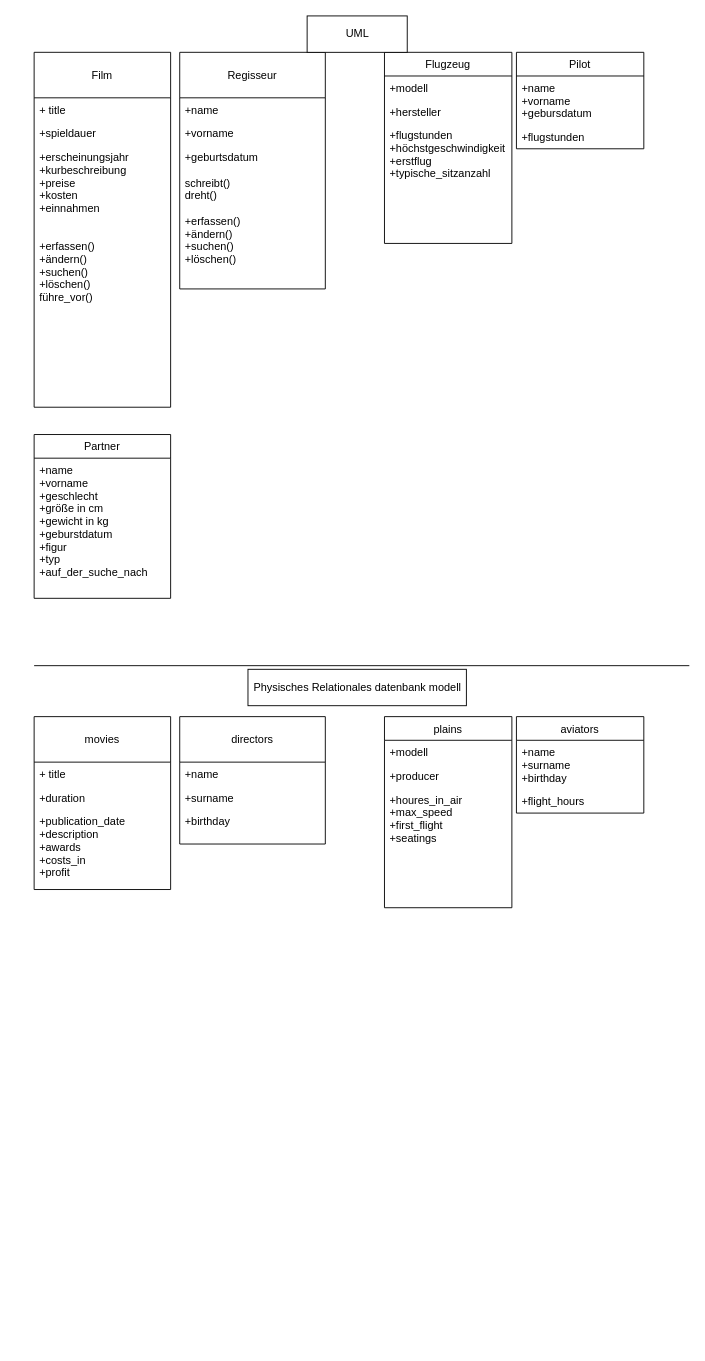
Earlier version of the draw.io diagram Filmverleih.drawio (CarlBerthold/PHP--MYSQL). Source tidied: cells renumbered, new cells numbered last; positions are measured from the earlier drawing's top-left corner, leaving out a move shared by most shapes. Both pictures are drawn from the tidied source at 91%, with x=0, y=0 at pixel (34, 15).
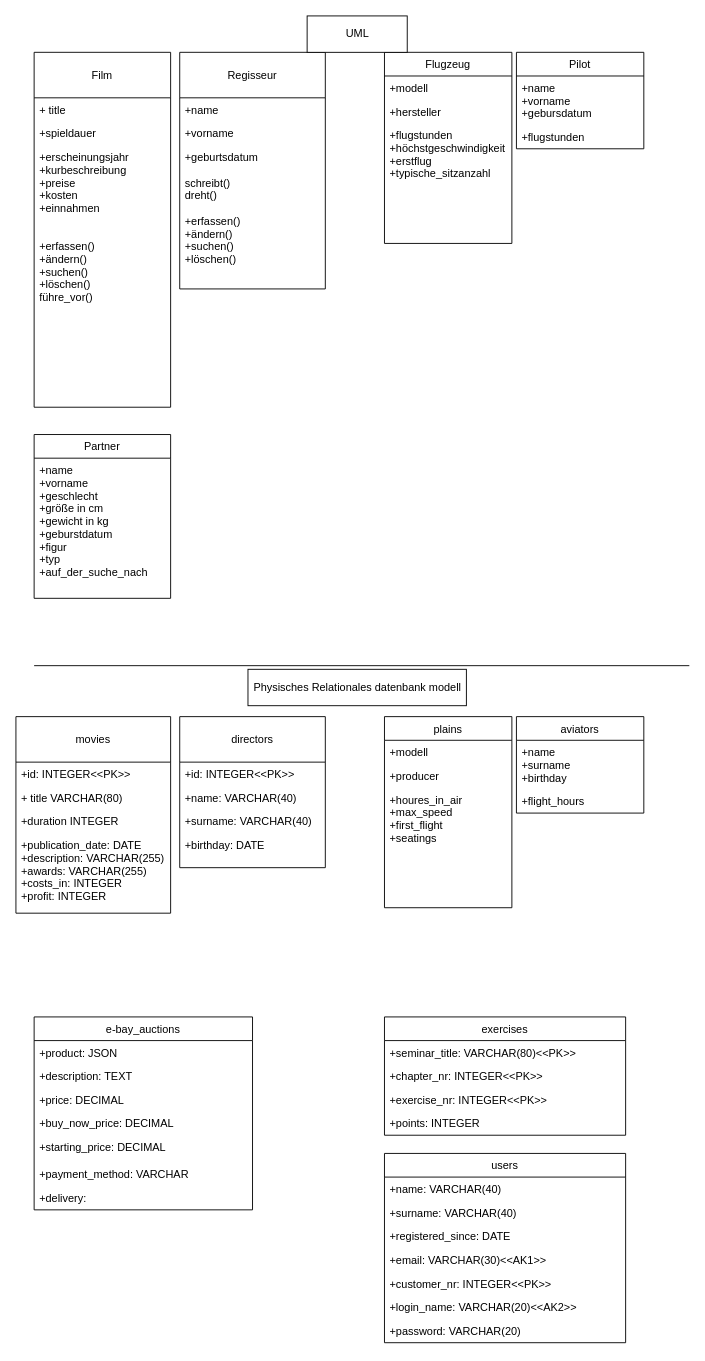
After the change.

Diff of the diagram source:
```diff
@@
     <mxCell id="19" value="directors" style="swimlane;fontStyle=0;horizontal=1;startSize=50;fillColor=none;" parent="1" vertex="1">
-      <mxGeometry x="160" y="770" width="160" height="140" as="geometry" />
+      <mxGeometry x="160" y="770" width="160" height="166" as="geometry" />
     </mxCell>
+    <mxCell id="37" value="+id: INTEGER&lt;&lt;PK&gt;&gt;" style="text;strokeColor=none;fillColor=none;align=left;verticalAlign=top;spacingLeft=4;spacingRight=4;overflow=hidden;" parent="19" vertex="1">
+      <mxGeometry y="50" width="160" height="26" as="geometry" />
+    </mxCell>
-    <mxCell id="20" value="+name" style="text;strokeColor=none;fillColor=none;align=left;verticalAlign=top;spacingLeft=4;spacingRight=4;overflow=hidden;" parent="19" vertex="1">
-      <mxGeometry y="50" width="160" height="26" as="geometry" />
+    <mxCell id="20" value="+name: VARCHAR(40)" style="text;strokeColor=none;fillColor=none;align=left;verticalAlign=top;spacingLeft=4;spacingRight=4;overflow=hidden;" parent="19" vertex="1">
+      <mxGeometry y="76" width="160" height="26" as="geometry" />
     </mxCell>
-    <mxCell id="21" value="+surname" style="text;strokeColor=none;fillColor=none;align=left;verticalAlign=top;spacingLeft=4;spacingRight=4;overflow=hidden;" parent="19" vertex="1">
-      <mxGeometry y="76" width="160" height="26" as="geometry" />
+    <mxCell id="21" value="+surname: VARCHAR(40)" style="text;strokeColor=none;fillColor=none;align=left;verticalAlign=top;spacingLeft=4;spacingRight=4;overflow=hidden;" parent="19" vertex="1">
+      <mxGeometry y="102" width="160" height="26" as="geometry" />
     </mxCell>
-    <mxCell id="22" value="+birthday" style="text;strokeColor=none;fillColor=none;align=left;verticalAlign=top;spacingLeft=4;spacingRight=4;overflow=hidden;" parent="19" vertex="1">
-      <mxGeometry y="102" width="160" height="38" as="geometry" />
+    <mxCell id="22" value="+birthday: DATE" style="text;strokeColor=none;fillColor=none;align=left;verticalAlign=top;spacingLeft=4;spacingRight=4;overflow=hidden;" parent="19" vertex="1">
+      <mxGeometry y="128" width="160" height="38" as="geometry" />
     </mxCell>
     <mxCell id="23" value="movies" style="swimlane;fontStyle=0;horizontal=1;startSize=50;fillColor=none;" parent="1" vertex="1">
-      <mxGeometry y="770" width="150" height="190" as="geometry" />
+      <mxGeometry x="-20" y="770" width="170" height="216" as="geometry" />
     </mxCell>
+    <mxCell id="38" value="+id: INTEGER&lt;&lt;PK&gt;&gt;" style="text;strokeColor=none;fillColor=none;align=left;verticalAlign=top;spacingLeft=4;spacingRight=4;overflow=hidden;" parent="23" vertex="1">
+      <mxGeometry y="50" width="170" height="26" as="geometry" />
+    </mxCell>
-    <mxCell id="24" value="+ title" style="text;strokeColor=none;fillColor=none;align=left;verticalAlign=top;spacingLeft=4;spacingRight=4;overflow=hidden;" parent="23" vertex="1">
-      <mxGeometry y="50" width="150" height="26" as="geometry" />
+    <mxCell id="24" value="+ title VARCHAR(80)" style="text;strokeColor=none;fillColor=none;align=left;verticalAlign=top;spacingLeft=4;spacingRight=4;overflow=hidden;" parent="23" vertex="1">
+      <mxGeometry y="76" width="170" height="26" as="geometry" />
     </mxCell>
-    <mxCell id="25" value="+duration" style="text;strokeColor=none;fillColor=none;align=left;verticalAlign=top;spacingLeft=4;spacingRight=4;overflow=hidden;" parent="23" vertex="1">
-      <mxGeometry y="76" width="150" height="26" as="geometry" />
+    <mxCell id="25" value="+duration INTEGER" style="text;strokeColor=none;fillColor=none;align=left;verticalAlign=top;spacingLeft=4;spacingRight=4;overflow=hidden;" parent="23" vertex="1">
+      <mxGeometry y="102" width="170" height="26" as="geometry" />
     </mxCell>
-    <mxCell id="26" value="+publication_date&#10;+description&#10;+awards&#10;+costs_in&#10;+profit" style="text;strokeColor=none;fillColor=none;align=left;verticalAlign=top;spacingLeft=4;spacingRight=4;overflow=hidden;" parent="23" vertex="1">
-      <mxGeometry y="102" width="150" height="88" as="geometry" />
+    <mxCell id="26" value="+publication_date: DATE&#10;+description: VARCHAR(255)&#10;+awards: VARCHAR(255)&#10;+costs_in: INTEGER&#10;+profit: INTEGER" style="text;strokeColor=none;fillColor=none;align=left;verticalAlign=top;spacingLeft=4;spacingRight=4;overflow=hidden;" parent="23" vertex="1">
+      <mxGeometry y="128" width="170" height="88" as="geometry" />
     </mxCell>
@@
+    <mxCell id="39" value="e-bay_auctions" style="swimlane;fontStyle=0;horizontal=1;startSize=26;fillColor=none;" parent="1" vertex="1">
+      <mxGeometry y="1100" width="240" height="212" as="geometry" />
+    </mxCell>
+    <mxCell id="40" value="+product: JSON" style="text;strokeColor=none;fillColor=none;align=left;verticalAlign=top;spacingLeft=4;spacingRight=4;overflow=hidden;" parent="39" vertex="1">
+      <mxGeometry y="26" width="240" height="26" as="geometry" />
+    </mxCell>
+    <mxCell id="41" value="+description: TEXT" style="text;strokeColor=none;fillColor=none;align=left;verticalAlign=top;spacingLeft=4;spacingRight=4;overflow=hidden;" parent="39" vertex="1">
+      <mxGeometry y="52" width="240" height="26" as="geometry" />
+    </mxCell>
+    <mxCell id="42" value="+price: DECIMAL" style="text;strokeColor=none;fillColor=none;align=left;verticalAlign=top;spacingLeft=4;spacingRight=4;overflow=hidden;" parent="39" vertex="1">
+      <mxGeometry y="78" width="240" height="26" as="geometry" />
+    </mxCell>
+    <mxCell id="43" value="+buy_now_price: DECIMAL" style="text;strokeColor=none;fillColor=none;align=left;verticalAlign=top;spacingLeft=4;spacingRight=4;overflow=hidden;" parent="39" vertex="1">
+      <mxGeometry y="104" width="240" height="26" as="geometry" />
+    </mxCell>
+    <mxCell id="44" value="+starting_price: DECIMAL" style="text;strokeColor=none;fillColor=none;align=left;verticalAlign=top;spacingLeft=4;spacingRight=4;overflow=hidden;" parent="39" vertex="1">
+      <mxGeometry y="130" width="240" height="30" as="geometry" />
+    </mxCell>
+    <mxCell id="45" value="+payment_method: VARCHAR" style="text;strokeColor=none;fillColor=none;align=left;verticalAlign=top;spacingLeft=4;spacingRight=4;overflow=hidden;" parent="39" vertex="1">
+      <mxGeometry y="160" width="240" height="26" as="geometry" />
+    </mxCell>
+    <mxCell id="46" value="+delivery: " style="text;strokeColor=none;fillColor=none;align=left;verticalAlign=top;spacingLeft=4;spacingRight=4;overflow=hidden;" parent="39" vertex="1">
+      <mxGeometry y="186" width="240" height="26" as="geometry" />
+    </mxCell>
+    <mxCell id="47" value="exercises" style="swimlane;fontStyle=0;horizontal=1;startSize=26;fillColor=none;" parent="1" vertex="1">
+      <mxGeometry x="385" y="1100" width="265" height="130" as="geometry" />
+    </mxCell>
+    <mxCell id="48" value="+seminar_title: VARCHAR(80)&lt;&lt;PK&gt;&gt;" style="text;strokeColor=none;fillColor=none;align=left;verticalAlign=top;spacingLeft=4;spacingRight=4;overflow=hidden;" parent="47" vertex="1">
+      <mxGeometry y="26" width="265" height="26" as="geometry" />
+    </mxCell>
+    <mxCell id="49" value="+chapter_nr: INTEGER&lt;&lt;PK&gt;&gt; &#10;" style="text;strokeColor=none;fillColor=none;align=left;verticalAlign=top;spacingLeft=4;spacingRight=4;overflow=hidden;" parent="47" vertex="1">
+      <mxGeometry y="52" width="265" height="26" as="geometry" />
+    </mxCell>
+    <mxCell id="50" value="+exercise_nr: INTEGER&lt;&lt;PK&gt;&gt;" style="text;strokeColor=none;fillColor=none;align=left;verticalAlign=top;spacingLeft=4;spacingRight=4;overflow=hidden;" parent="47" vertex="1">
+      <mxGeometry y="78" width="265" height="26" as="geometry" />
+    </mxCell>
+    <mxCell id="51" value="+points: INTEGER" style="text;strokeColor=none;fillColor=none;align=left;verticalAlign=top;spacingLeft=4;spacingRight=4;overflow=hidden;" parent="47" vertex="1">
+      <mxGeometry y="104" width="265" height="26" as="geometry" />
+    </mxCell>
+    <mxCell id="52" value="users" style="swimlane;fontStyle=0;horizontal=1;startSize=26;fillColor=none;" parent="1" vertex="1">
+      <mxGeometry x="385" y="1250" width="265" height="208" as="geometry" />
+    </mxCell>
+    <mxCell id="53" value="+name: VARCHAR(40)" style="text;strokeColor=none;fillColor=none;align=left;verticalAlign=top;spacingLeft=4;spacingRight=4;overflow=hidden;" parent="52" vertex="1">
+      <mxGeometry y="26" width="265" height="26" as="geometry" />
+    </mxCell>
+    <mxCell id="54" value="+surname: VARCHAR(40)" style="text;strokeColor=none;fillColor=none;align=left;verticalAlign=top;spacingLeft=4;spacingRight=4;overflow=hidden;" parent="52" vertex="1">
+      <mxGeometry y="52" width="265" height="26" as="geometry" />
+    </mxCell>
+    <mxCell id="55" value="+registered_since: DATE" style="text;strokeColor=none;fillColor=none;align=left;verticalAlign=top;spacingLeft=4;spacingRight=4;overflow=hidden;" parent="52" vertex="1">
+      <mxGeometry y="78" width="265" height="26" as="geometry" />
+    </mxCell>
+    <mxCell id="56" value="+email: VARCHAR(30)&lt;&lt;AK1&gt;&gt;" style="text;strokeColor=none;fillColor=none;align=left;verticalAlign=top;spacingLeft=4;spacingRight=4;overflow=hidden;" parent="52" vertex="1">
+      <mxGeometry y="104" width="265" height="26" as="geometry" />
+    </mxCell>
+    <mxCell id="57" value="+customer_nr: INTEGER&lt;&lt;PK&gt;&gt;" style="text;strokeColor=none;fillColor=none;align=left;verticalAlign=top;spacingLeft=4;spacingRight=4;overflow=hidden;" parent="52" vertex="1">
+      <mxGeometry y="130" width="265" height="26" as="geometry" />
+    </mxCell>
+    <mxCell id="58" value="+login_name: VARCHAR(20)&lt;&lt;AK2&gt;&gt;" style="text;strokeColor=none;fillColor=none;align=left;verticalAlign=top;spacingLeft=4;spacingRight=4;overflow=hidden;" parent="52" vertex="1">
+      <mxGeometry y="156" width="265" height="26" as="geometry" />
+    </mxCell>
+    <mxCell id="59" value="+password: VARCHAR(20)" style="text;strokeColor=none;fillColor=none;align=left;verticalAlign=top;spacingLeft=4;spacingRight=4;overflow=hidden;" parent="52" vertex="1">
+      <mxGeometry y="182" width="265" height="26" as="geometry" />
+    </mxCell>
```
